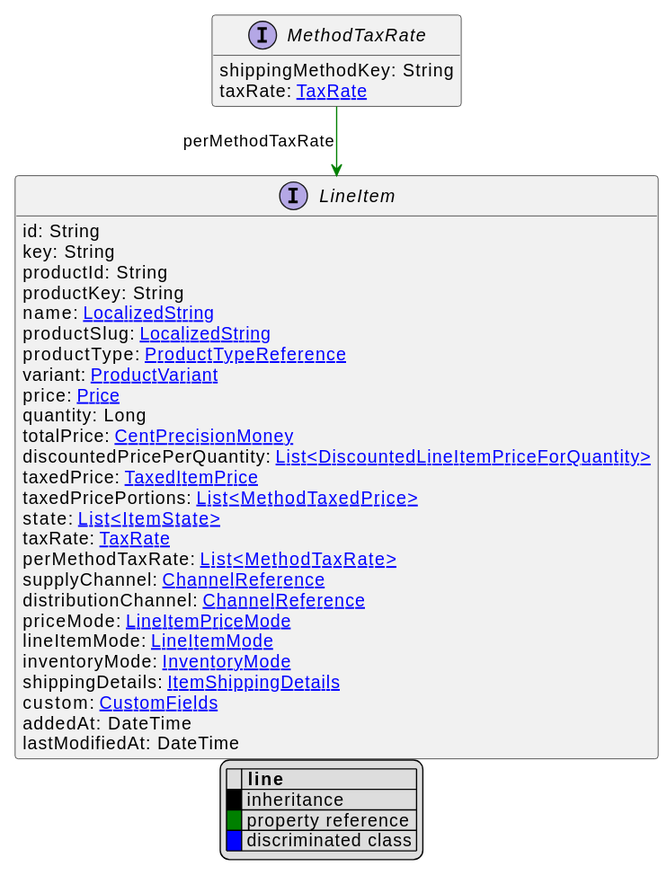
The PlantUML diagram uml/api/svg/MethodTaxRate.svg in commercetools/commercetools-api-reference, before a commit.
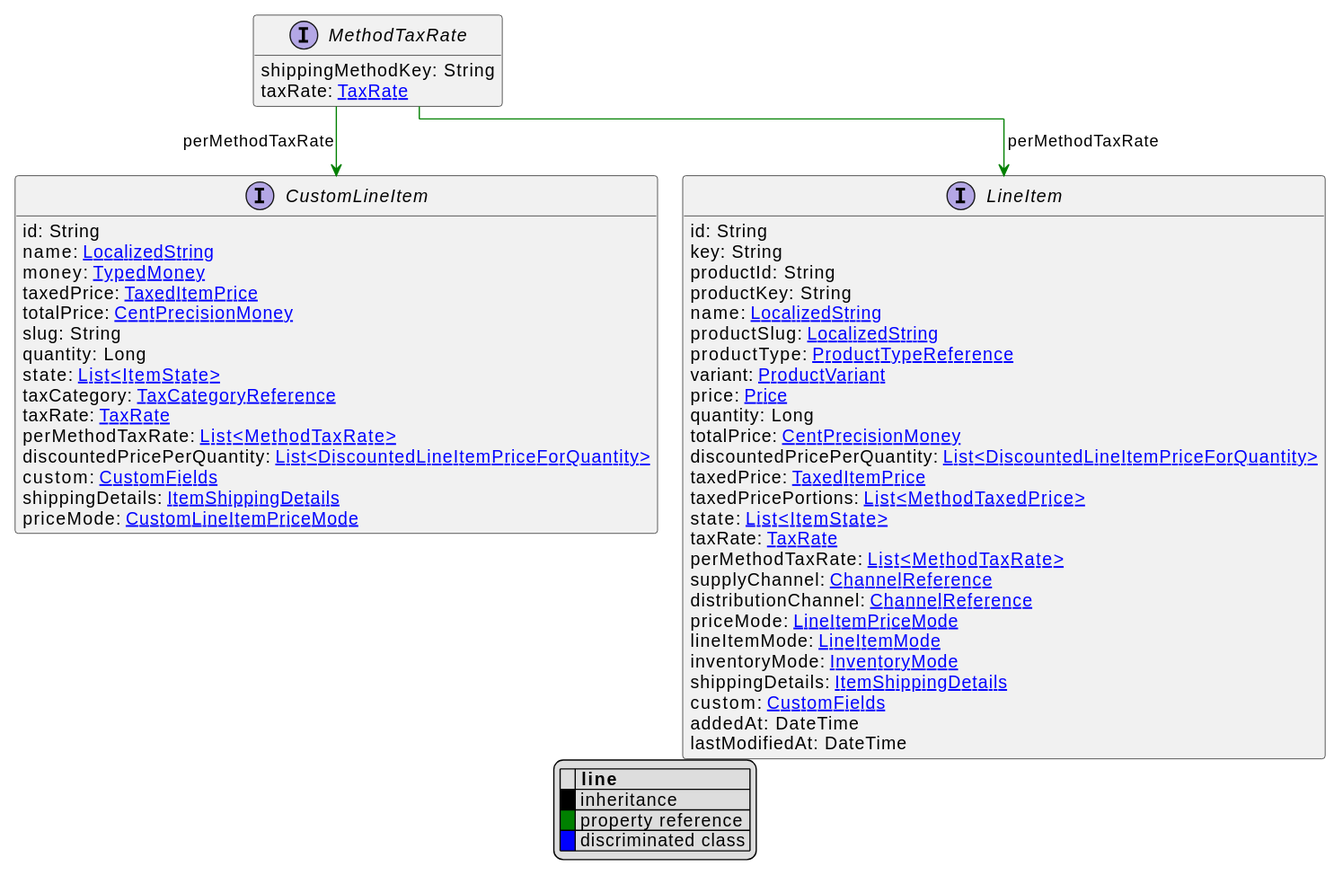
After the change.

The edit, as a diff of the source:
```diff
@@ -15,6 +15,23 @@
 
 
 
+interface CustomLineItem [[CustomLineItem.svg]]  {
+    id: String
+    name: [[LocalizedString.svg LocalizedString]]
+    money: [[TypedMoney.svg TypedMoney]]
+    taxedPrice: [[TaxedItemPrice.svg TaxedItemPrice]]
+    totalPrice: [[CentPrecisionMoney.svg CentPrecisionMoney]]
+    slug: String
+    quantity: Long
+    state: [[ItemState.svg List<ItemState>]]
+    taxCategory: [[TaxCategoryReference.svg TaxCategoryReference]]
+    taxRate: [[TaxRate.svg TaxRate]]
+    perMethodTaxRate: [[MethodTaxRate.svg List<MethodTaxRate>]]
+    discountedPricePerQuantity: [[DiscountedLineItemPriceForQuantity.svg List<DiscountedLineItemPriceForQuantity>]]
+    custom: [[CustomFields.svg CustomFields]]
+    shippingDetails: [[ItemShippingDetails.svg ItemShippingDetails]]
+    priceMode: [[CustomLineItemPriceMode.svg CustomLineItemPriceMode]]
+}
 interface LineItem [[LineItem.svg]]  {
     id: String
     key: String
@@ -44,5 +61,6 @@
     lastModifiedAt: DateTime
 }
 
+MethodTaxRate --> CustomLineItem #green;text:green : "perMethodTaxRate"
 MethodTaxRate --> LineItem #green;text:green : "perMethodTaxRate"
 @enduml
```
